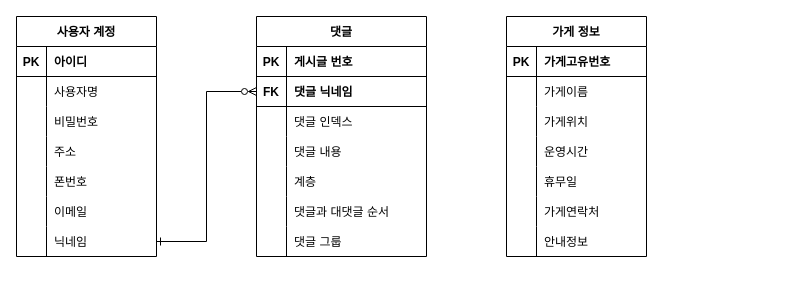
jgy2808/TERM_Project keeps this draw.io diagram as page "KOREAN" (2 of 2) of ERD_capstone.drawio. Above is the earlier version. Source tidied: cells renumbered, new cells numbered last; positions are measured from the earlier drawing's top-left corner, leaving out a move shared by most shapes. Both pictures are drawn from the tidied source at 100%, with x=0, y=0 at pixel (16, 16).
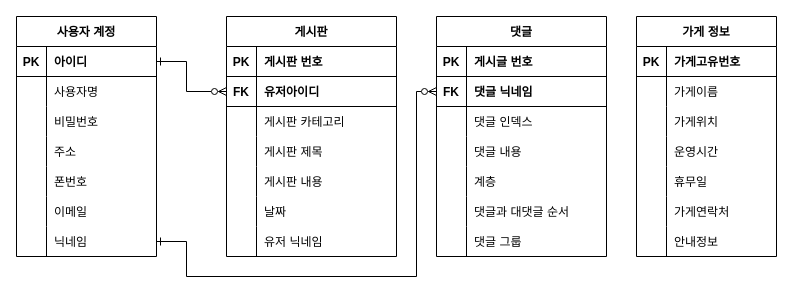
After the change.

Unchanged cells that the change refers to:
```xml
<mxCell id="3" style="shape=partialRectangle;fillColor=none;points=[[0,0.5],[1,0.5]];portConstraint=eastwest;top=0;left=0;right=0;bottom=1;" parent="2" vertex="1">
  <mxGeometry y="30" width="140" height="30" as="geometry" />
</mxCell>
<mxCell id="21" style="shape=partialRectangle;fillColor=none;points=[[0,0.5],[1,0.5]];portConstraint=eastwest;top=0;left=0;right=0;bottom=0;" parent="2" vertex="1">
  <mxGeometry y="210" width="140" height="30" as="geometry" />
</mxCell>
<mxCell id="25" style="shape=partialRectangle;fillColor=none;top=0;left=0;right=0;bottom=1;" parent="24" vertex="1">
  <mxGeometry y="30" width="170" height="30" as="geometry" />
</mxCell>
<mxCell id="28" style="shape=partialRectangle;fillColor=none;points=[[0,0.5],[1,0.5]];portConstraint=eastwest;top=0;left=0;right=0;bottom=1;" parent="24" vertex="1">
  <mxGeometry y="60" width="170" height="30" as="geometry" />
</mxCell>
<mxCell id="31" style="shape=partialRectangle;fillColor=none;top=0;left=0;right=0;bottom=0;" parent="24" vertex="1">
  <mxGeometry y="90" width="170" height="30" as="geometry" />
</mxCell>
<mxCell id="34" style="shape=partialRectangle;fillColor=none;top=0;left=0;right=0;bottom=0;" parent="24" vertex="1">
  <mxGeometry y="120" width="170" height="30" as="geometry" />
</mxCell>
<mxCell id="37" style="shape=partialRectangle;fillColor=none;top=0;left=0;right=0;bottom=0;" parent="24" vertex="1">
  <mxGeometry y="150" width="170" height="30" as="geometry" />
</mxCell>
<mxCell id="40" style="shape=partialRectangle;fillColor=none;top=0;left=0;right=0;bottom=0;" parent="24" vertex="1">
  <mxGeometry y="180" width="170" height="30" as="geometry" />
</mxCell>
<mxCell id="43" style="shape=partialRectangle;fillColor=none;top=0;left=0;right=0;bottom=0;" parent="24" vertex="1">
  <mxGeometry y="210" width="170" height="30" as="geometry" />
</mxCell>
```

The edit, as a diff of the source:
```diff
@@
-    <mxCell id="24" value="댓글" style="shape=table;startSize=30;childLayout=tableLayout;rowLines=0;fontStyle=1;align=center;" parent="1" vertex="1">
-      <mxGeometry x="240" width="170" height="240" as="geometry" />
+    <mxCell id="24" value="게시판" style="shape=table;startSize=30;childLayout=tableLayout;rowLines=0;fontStyle=1;align=center;" parent="1" vertex="1">
+      <mxGeometry x="210" width="170" height="240" as="geometry" />
     </mxCell>
@@
-    <mxCell id="27" value="게시글 번호" style="shape=partialRectangle;overflow=hidden;fillColor=none;top=0;left=0;bottom=0;right=0;align=left;spacingLeft=6;fontStyle=1;" parent="25" vertex="1">
+    <mxCell id="27" value="게시판 번호" style="shape=partialRectangle;overflow=hidden;fillColor=none;top=0;left=0;bottom=0;right=0;align=left;spacingLeft=6;fontStyle=1;" parent="25" vertex="1">
       <mxGeometry x="30" width="140" height="30" as="geometry" />
     </mxCell>
@@
-    <mxCell id="30" value="댓글 닉네임" style="shape=partialRectangle;overflow=hidden;fillColor=none;top=0;left=0;bottom=0;right=0;align=left;spacingLeft=6;fontStyle=1;" parent="28" vertex="1">
+    <mxCell id="30" value="유저아이디" style="shape=partialRectangle;overflow=hidden;fillColor=none;top=0;left=0;bottom=0;right=0;align=left;spacingLeft=6;fontStyle=1;" parent="28" vertex="1">
       <mxGeometry x="30" width="140" height="30" as="geometry" />
     </mxCell>
@@
-    <mxCell id="33" value="댓글 인덱스" style="shape=partialRectangle;overflow=hidden;fillColor=none;top=0;left=0;bottom=0;right=0;align=left;spacingLeft=6;" parent="31" vertex="1">
+    <mxCell id="33" value="게시판 카테고리" style="shape=partialRectangle;overflow=hidden;fillColor=none;top=0;left=0;bottom=0;right=0;align=left;spacingLeft=6;" parent="31" vertex="1">
       <mxGeometry x="30" width="140" height="30" as="geometry" />
     </mxCell>
@@
-    <mxCell id="36" value="댓글 내용" style="shape=partialRectangle;overflow=hidden;fillColor=none;top=0;left=0;bottom=0;right=0;align=left;spacingLeft=6;" parent="34" vertex="1">
+    <mxCell id="36" value="게시판 제목" style="shape=partialRectangle;overflow=hidden;fillColor=none;top=0;left=0;bottom=0;right=0;align=left;spacingLeft=6;" parent="34" vertex="1">
       <mxGeometry x="30" width="140" height="30" as="geometry" />
     </mxCell>
@@
-    <mxCell id="39" value="계층" style="shape=partialRectangle;overflow=hidden;fillColor=none;top=0;left=0;bottom=0;right=0;align=left;spacingLeft=6;" parent="37" vertex="1">
+    <mxCell id="39" value="게시판 내용" style="shape=partialRectangle;overflow=hidden;fillColor=none;top=0;left=0;bottom=0;right=0;align=left;spacingLeft=6;" parent="37" vertex="1">
       <mxGeometry x="30" width="140" height="30" as="geometry" />
     </mxCell>
@@
-    <mxCell id="42" value="댓글과 대댓글 순서" style="shape=partialRectangle;overflow=hidden;fillColor=none;top=0;left=0;bottom=0;right=0;align=left;spacingLeft=6;" parent="40" vertex="1">
+    <mxCell id="42" value="날짜" style="shape=partialRectangle;overflow=hidden;fillColor=none;top=0;left=0;bottom=0;right=0;align=left;spacingLeft=6;" parent="40" vertex="1">
       <mxGeometry x="30" width="140" height="30" as="geometry" />
     </mxCell>
@@
-    <mxCell id="45" value="댓글 그룹" style="shape=partialRectangle;overflow=hidden;fillColor=none;top=0;left=0;bottom=0;right=0;align=left;spacingLeft=6;" parent="43" vertex="1">
+    <mxCell id="45" value="유저 닉네임" style="shape=partialRectangle;overflow=hidden;fillColor=none;top=0;left=0;bottom=0;right=0;align=left;spacingLeft=6;" parent="43" vertex="1">
       <mxGeometry x="30" width="140" height="30" as="geometry" />
     </mxCell>
     <mxCell id="46" value="가게 정보" style="shape=table;startSize=30;childLayout=tableLayout;rowLines=0;fontStyle=1;align=center;" parent="1" vertex="1">
-      <mxGeometry x="490" width="140" height="240" as="geometry" />
+      <mxGeometry x="620" width="140" height="240" as="geometry" />
     </mxCell>
@@
-    <mxCell id="68" style="edgeStyle=orthogonalEdgeStyle;rounded=0;jettySize=auto;html=1;exitX=1;exitY=0.5;exitDx=0;exitDy=0;entryX=0;entryY=0.5;entryDx=0;entryDy=0;endArrow=ERzeroToMany;endFill=0;startArrow=ERone;startFill=0;" parent="1" edge="1" source="21" target="28">
-      <mxGeometry relative="1" as="geometry" />
+    <mxCell id="68" style="edgeStyle=orthogonalEdgeStyle;rounded=0;jettySize=auto;html=1;exitX=1;exitY=0.5;exitDx=0;exitDy=0;entryX=0;entryY=0.5;entryDx=0;entryDy=0;endArrow=ERzeroToMany;endFill=0;startArrow=ERone;startFill=0;" parent="1" edge="1" source="3" target="28">
+      <mxGeometry relative="1" as="geometry">
+        <Array as="points">
+          <mxPoint x="170" y="45" />
+          <mxPoint x="170" y="75" />
+        </Array>
+      </mxGeometry>
     </mxCell>
+    <mxCell id="69" value="댓글" style="shape=table;startSize=30;childLayout=tableLayout;rowLines=0;fontStyle=1;align=center;" parent="1" vertex="1">
+      <mxGeometry x="420" width="170" height="240" as="geometry" />
+    </mxCell>
+    <mxCell id="70" style="shape=partialRectangle;fillColor=none;top=0;left=0;right=0;bottom=1;" parent="69" vertex="1">
+      <mxGeometry y="30" width="170" height="30" as="geometry" />
+    </mxCell>
+    <mxCell id="71" value="PK" style="shape=partialRectangle;overflow=hidden;fillColor=none;top=0;left=0;bottom=0;right=0;fontStyle=1;" parent="70" vertex="1">
+      <mxGeometry width="30" height="30" as="geometry" />
+    </mxCell>
+    <mxCell id="72" value="게시글 번호" style="shape=partialRectangle;overflow=hidden;fillColor=none;top=0;left=0;bottom=0;right=0;align=left;spacingLeft=6;fontStyle=1;" parent="70" vertex="1">
+      <mxGeometry x="30" width="140" height="30" as="geometry" />
+    </mxCell>
+    <mxCell id="73" style="shape=partialRectangle;fillColor=none;points=[[0,0.5],[1,0.5]];portConstraint=eastwest;top=0;left=0;right=0;bottom=1;" parent="69" vertex="1">
+      <mxGeometry y="60" width="170" height="30" as="geometry" />
+    </mxCell>
+    <mxCell id="74" value="FK" style="shape=partialRectangle;overflow=hidden;fillColor=none;top=0;left=0;bottom=0;right=0;fontStyle=1;" parent="73" vertex="1">
+      <mxGeometry width="30" height="30" as="geometry" />
+    </mxCell>
+    <mxCell id="75" value="댓글 닉네임" style="shape=partialRectangle;overflow=hidden;fillColor=none;top=0;left=0;bottom=0;right=0;align=left;spacingLeft=6;fontStyle=1;" parent="73" vertex="1">
+      <mxGeometry x="30" width="140" height="30" as="geometry" />
+    </mxCell>
+    <mxCell id="76" style="shape=partialRectangle;fillColor=none;top=0;left=0;right=0;bottom=0;" parent="69" vertex="1">
+      <mxGeometry y="90" width="170" height="30" as="geometry" />
+    </mxCell>
+    <mxCell id="77" style="shape=partialRectangle;overflow=hidden;fillColor=none;top=0;left=0;bottom=0;right=0;" parent="76" vertex="1">
+      <mxGeometry width="30" height="30" as="geometry" />
+    </mxCell>
+    <mxCell id="78" value="댓글 인덱스" style="shape=partialRectangle;overflow=hidden;fillColor=none;top=0;left=0;bottom=0;right=0;align=left;spacingLeft=6;" parent="76" vertex="1">
+      <mxGeometry x="30" width="140" height="30" as="geometry" />
+    </mxCell>
+    <mxCell id="79" style="shape=partialRectangle;fillColor=none;top=0;left=0;right=0;bottom=0;" parent="69" vertex="1">
+      <mxGeometry y="120" width="170" height="30" as="geometry" />
+    </mxCell>
+    <mxCell id="80" style="shape=partialRectangle;overflow=hidden;fillColor=none;top=0;left=0;bottom=0;right=0;" parent="79" vertex="1">
+      <mxGeometry width="30" height="30" as="geometry" />
+    </mxCell>
+    <mxCell id="81" value="댓글 내용" style="shape=partialRectangle;overflow=hidden;fillColor=none;top=0;left=0;bottom=0;right=0;align=left;spacingLeft=6;" parent="79" vertex="1">
+      <mxGeometry x="30" width="140" height="30" as="geometry" />
+    </mxCell>
+    <mxCell id="82" style="shape=partialRectangle;fillColor=none;top=0;left=0;right=0;bottom=0;" parent="69" vertex="1">
+      <mxGeometry y="150" width="170" height="30" as="geometry" />
+    </mxCell>
+    <mxCell id="83" style="shape=partialRectangle;overflow=hidden;fillColor=none;top=0;left=0;bottom=0;right=0;" parent="82" vertex="1">
+      <mxGeometry width="30" height="30" as="geometry" />
+    </mxCell>
+    <mxCell id="84" value="계층" style="shape=partialRectangle;overflow=hidden;fillColor=none;top=0;left=0;bottom=0;right=0;align=left;spacingLeft=6;" parent="82" vertex="1">
+      <mxGeometry x="30" width="140" height="30" as="geometry" />
+    </mxCell>
+    <mxCell id="85" style="shape=partialRectangle;fillColor=none;top=0;left=0;right=0;bottom=0;" parent="69" vertex="1">
+      <mxGeometry y="180" width="170" height="30" as="geometry" />
+    </mxCell>
+    <mxCell id="86" style="shape=partialRectangle;overflow=hidden;fillColor=none;top=0;left=0;bottom=0;right=0;" parent="85" vertex="1">
+      <mxGeometry width="30" height="30" as="geometry" />
+    </mxCell>
+    <mxCell id="87" value="댓글과 대댓글 순서" style="shape=partialRectangle;overflow=hidden;fillColor=none;top=0;left=0;bottom=0;right=0;align=left;spacingLeft=6;" parent="85" vertex="1">
+      <mxGeometry x="30" width="140" height="30" as="geometry" />
+    </mxCell>
+    <mxCell id="88" style="shape=partialRectangle;fillColor=none;top=0;left=0;right=0;bottom=0;" parent="69" vertex="1">
+      <mxGeometry y="210" width="170" height="30" as="geometry" />
+    </mxCell>
+    <mxCell id="89" style="shape=partialRectangle;overflow=hidden;fillColor=none;top=0;left=0;bottom=0;right=0;" parent="88" vertex="1">
+      <mxGeometry width="30" height="30" as="geometry" />
+    </mxCell>
+    <mxCell id="90" value="댓글 그룹" style="shape=partialRectangle;overflow=hidden;fillColor=none;top=0;left=0;bottom=0;right=0;align=left;spacingLeft=6;" parent="88" vertex="1">
+      <mxGeometry x="30" width="140" height="30" as="geometry" />
+    </mxCell>
+    <mxCell id="91" style="edgeStyle=orthogonalEdgeStyle;rounded=0;jettySize=auto;html=1;exitX=1;exitY=0.5;exitDx=0;exitDy=0;entryX=0;entryY=0.5;entryDx=0;entryDy=0;endArrow=ERzeroToMany;endFill=0;startArrow=ERone;startFill=0;" parent="1" edge="1" source="21" target="73">
+      <mxGeometry relative="1" as="geometry">
+        <Array as="points">
+          <mxPoint x="170" y="225" />
+          <mxPoint x="170" y="260" />
+          <mxPoint x="400" y="260" />
+          <mxPoint x="400" y="75" />
+        </Array>
+      </mxGeometry>
+    </mxCell>
```
